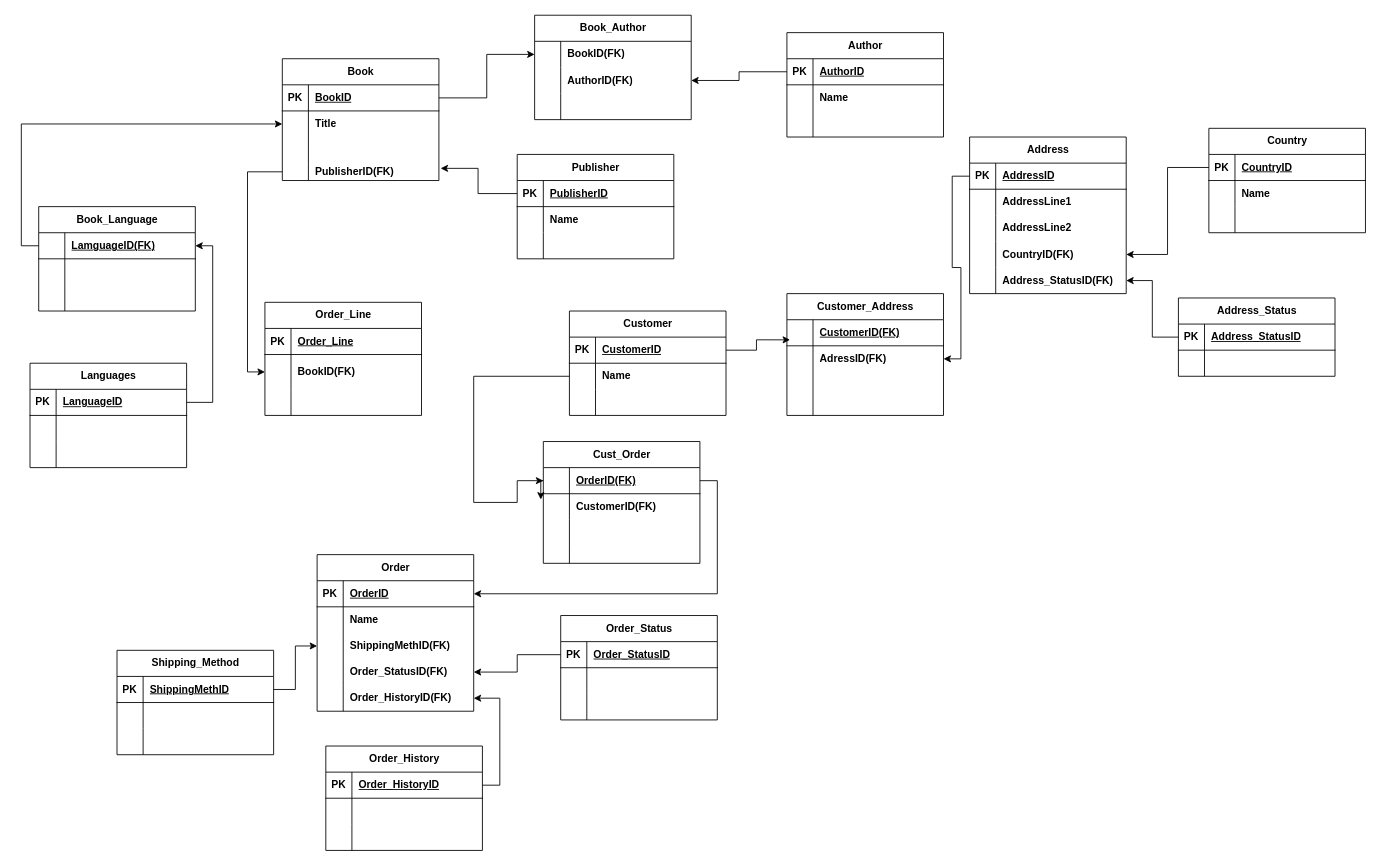
Before: database.drawio in manobantu/group-assignment, a draw.io diagram. Source tidied: cells renumbered, new cells numbered last; positions are measured from the earlier drawing's top-left corner, leaving out a move shared by most shapes. Both pictures are drawn from the tidied source at 87%, with x=0, y=0 at pixel (30, 15).
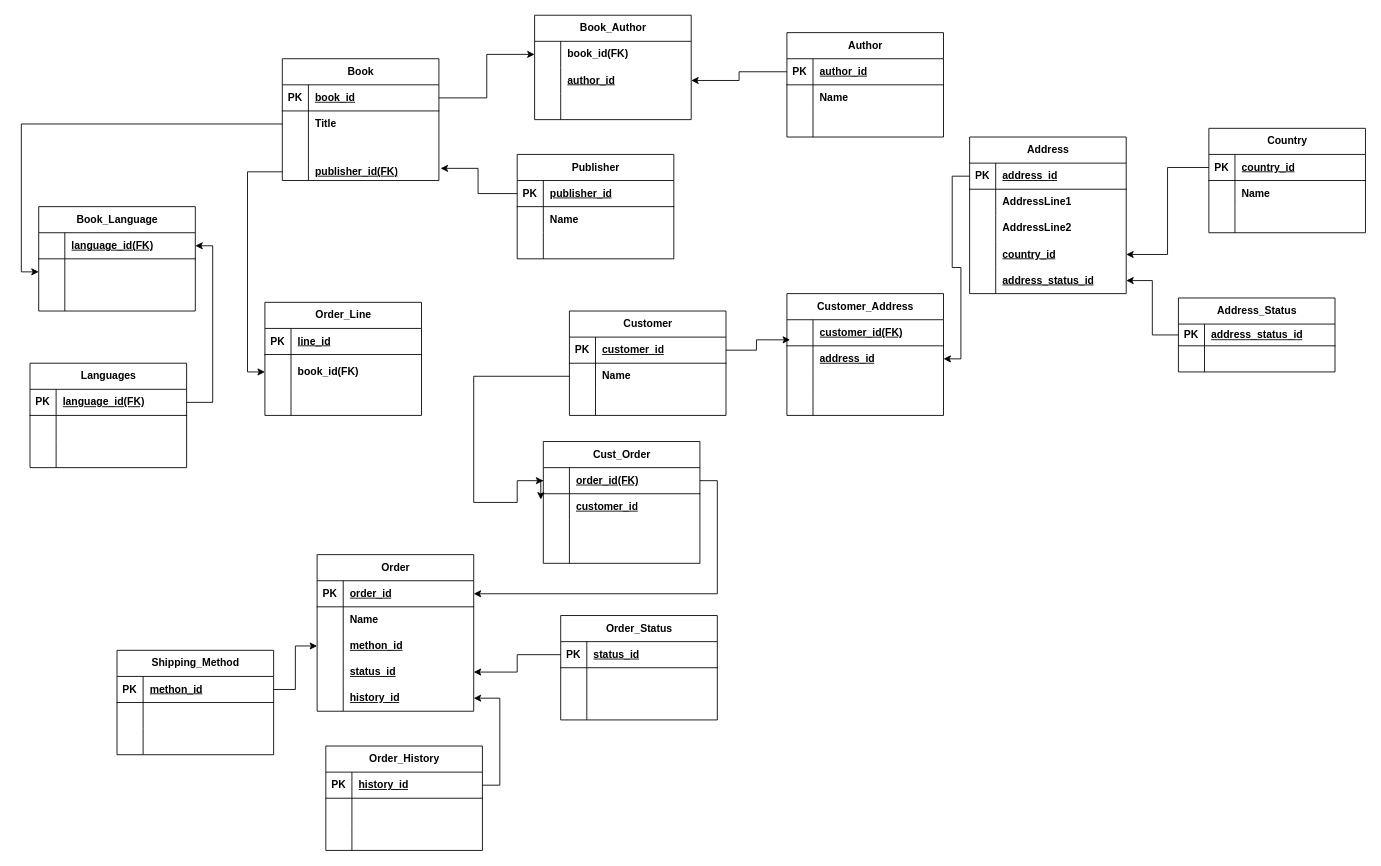
After the change.

The change refers to these unchanged cells:
```xml
<mxCell id="3" style="shape=tableRow;horizontal=0;startSize=0;swimlaneHead=0;swimlaneBody=0;fillColor=none;points=[[0,0.5],[1,0.5]];portConstraint=eastwest;top=0;left=0;right=0;bottom=1;" parent="2" vertex="1">
<mxCell id="6" style="shape=tableRow;horizontal=0;startSize=0;swimlaneHead=0;swimlaneBody=0;fillColor=none;points=[[0,0.5],[1,0.5]];portConstraint=eastwest;top=0;left=0;right=0;bottom=0;" parent="2" vertex="1">
<mxCell id="12" style="shape=tableRow;horizontal=0;startSize=0;swimlaneHead=0;swimlaneBody=0;fillColor=none;points=[[0,0.5],[1,0.5]];portConstraint=eastwest;top=0;left=0;right=0;bottom=0;" parent="2" vertex="1">
<mxCell id="16" style="shape=tableRow;horizontal=0;startSize=0;swimlaneHead=0;swimlaneBody=0;fillColor=none;points=[[0,0.5],[1,0.5]];portConstraint=eastwest;top=0;left=0;right=0;bottom=0;" parent="15" vertex="1">
<mxCell id="19" style="shape=tableRow;horizontal=0;startSize=0;swimlaneHead=0;swimlaneBody=0;fillColor=none;points=[[0,0.5],[1,0.5]];portConstraint=eastwest;top=0;left=0;right=0;bottom=0;" parent="15" vertex="1">
<mxCell id="26" style="shape=tableRow;horizontal=0;startSize=0;swimlaneHead=0;swimlaneBody=0;fillColor=none;points=[[0,0.5],[1,0.5]];portConstraint=eastwest;top=0;left=0;right=0;bottom=1;" parent="25" vertex="1">
<mxCell id="38" style="shape=tableRow;horizontal=0;startSize=0;swimlaneHead=0;swimlaneBody=0;fillColor=none;points=[[0,0.5],[1,0.5]];portConstraint=eastwest;top=0;left=0;right=0;bottom=1;" parent="37" vertex="1">
<mxCell id="49" style="shape=tableRow;horizontal=0;startSize=0;swimlaneHead=0;swimlaneBody=0;fillColor=none;points=[[0,0.5],[1,0.5]];portConstraint=eastwest;top=0;left=0;right=0;bottom=1;" parent="48" vertex="1">
<mxCell id="52" style="shape=tableRow;horizontal=0;startSize=0;swimlaneHead=0;swimlaneBody=0;fillColor=none;points=[[0,0.5],[1,0.5]];portConstraint=eastwest;top=0;left=0;right=0;bottom=0;" parent="48" vertex="1">
<mxCell id="59" style="shape=tableRow;horizontal=0;startSize=0;swimlaneHead=0;swimlaneBody=0;fillColor=none;points=[[0,0.5],[1,0.5]];portConstraint=eastwest;top=0;left=0;right=0;bottom=1;" parent="58" vertex="1">
<mxCell id="71" style="shape=tableRow;horizontal=0;startSize=0;swimlaneHead=0;swimlaneBody=0;fillColor=none;points=[[0,0.5],[1,0.5]];portConstraint=eastwest;top=0;left=0;right=0;bottom=1;" parent="70" vertex="1">
<mxCell id="81" style="shape=tableRow;horizontal=0;startSize=0;swimlaneHead=0;swimlaneBody=0;fillColor=none;points=[[0,0.5],[1,0.5]];portConstraint=eastwest;top=0;left=0;right=0;bottom=1;" parent="80" vertex="1">
<mxCell id="84" style="shape=tableRow;horizontal=0;startSize=0;swimlaneHead=0;swimlaneBody=0;fillColor=none;points=[[0,0.5],[1,0.5]];portConstraint=eastwest;top=0;left=0;right=0;bottom=0;" parent="80" vertex="1">
<mxCell id="96" style="shape=tableRow;horizontal=0;startSize=0;swimlaneHead=0;swimlaneBody=0;fillColor=none;points=[[0,0.5],[1,0.5]];portConstraint=eastwest;top=0;left=0;right=0;bottom=1;" parent="95" vertex="1">
<mxCell id="102" style="shape=tableRow;horizontal=0;startSize=0;swimlaneHead=0;swimlaneBody=0;fillColor=none;points=[[0,0.5],[1,0.5]];portConstraint=eastwest;top=0;left=0;right=0;bottom=0;" parent="95" vertex="1">
<mxCell id="105" style="shape=tableRow;horizontal=0;startSize=0;swimlaneHead=0;swimlaneBody=0;fillColor=none;points=[[0,0.5],[1,0.5]];portConstraint=eastwest;top=0;left=0;right=0;bottom=0;" parent="95" vertex="1">
<mxCell id="108" style="shape=tableRow;horizontal=0;startSize=0;swimlaneHead=0;swimlaneBody=0;fillColor=none;points=[[0,0.5],[1,0.5]];portConstraint=eastwest;top=0;left=0;right=0;bottom=0;" parent="95" vertex="1">
<mxCell id="113" style="shape=tableRow;horizontal=0;startSize=0;swimlaneHead=0;swimlaneBody=0;fillColor=none;points=[[0,0.5],[1,0.5]];portConstraint=eastwest;top=0;left=0;right=0;bottom=1;" parent="112" vertex="1">
<mxCell id="116" style="shape=tableRow;horizontal=0;startSize=0;swimlaneHead=0;swimlaneBody=0;fillColor=none;points=[[0,0.5],[1,0.5]];portConstraint=eastwest;top=0;left=0;right=0;bottom=0;" parent="112" vertex="1">
<mxCell id="127" style="shape=tableRow;horizontal=0;startSize=0;swimlaneHead=0;swimlaneBody=0;fillColor=none;points=[[0,0.5],[1,0.5]];portConstraint=eastwest;top=0;left=0;right=0;bottom=1;" parent="126" vertex="1">
<mxCell id="136" style="shape=tableRow;horizontal=0;startSize=0;swimlaneHead=0;swimlaneBody=0;fillColor=none;points=[[0,0.5],[1,0.5]];portConstraint=eastwest;top=0;left=0;right=0;bottom=0;" parent="126" vertex="1">
<mxCell id="139" style="shape=tableRow;horizontal=0;startSize=0;swimlaneHead=0;swimlaneBody=0;fillColor=none;points=[[0,0.5],[1,0.5]];portConstraint=eastwest;top=0;left=0;right=0;bottom=0;" parent="126" vertex="1">
<mxCell id="143" style="shape=tableRow;horizontal=0;startSize=0;swimlaneHead=0;swimlaneBody=0;fillColor=none;points=[[0,0.5],[1,0.5]];portConstraint=eastwest;top=0;left=0;right=0;bottom=1;" parent="142" vertex="1">
<mxCell id="154" style="shape=tableRow;horizontal=0;startSize=0;swimlaneHead=0;swimlaneBody=0;fillColor=none;points=[[0,0.5],[1,0.5]];portConstraint=eastwest;top=0;left=0;right=0;bottom=1;" parent="153" vertex="1">
<mxCell id="164" style="shape=tableRow;horizontal=0;startSize=0;swimlaneHead=0;swimlaneBody=0;fillColor=none;top=0;left=0;right=0;bottom=1;" parent="163" vertex="1">
<mxCell id="167" style="shape=tableRow;horizontal=0;startSize=0;swimlaneHead=0;swimlaneBody=0;fillColor=none;points=[[0,0.5],[1,0.5]];portConstraint=eastwest;top=0;left=0;right=0;bottom=0;" parent="163" vertex="1">
<mxCell id="175" style="shape=tableRow;horizontal=0;startSize=0;swimlaneHead=0;swimlaneBody=0;fillColor=none;points=[[0,0.5],[1,0.5]];portConstraint=eastwest;top=0;left=0;right=0;bottom=1;" parent="174" vertex="1">
<mxCell id="186" style="shape=tableRow;horizontal=0;startSize=0;swimlaneHead=0;swimlaneBody=0;fillColor=none;points=[[0,0.5],[1,0.5]];portConstraint=eastwest;top=0;left=0;right=0;bottom=1;" parent="185" vertex="1">
```

What changed in the source:
```diff
@@
-    <mxCell id="5" value="BookID" style="shape=partialRectangle;fillColor=none;top=0;left=0;bottom=0;right=0;align=left;spacingLeft=6;fontStyle=5;overflow=hidden;whiteSpace=wrap;html=1;" parent="3" vertex="1">
+    <mxCell id="5" value="book_id" style="shape=partialRectangle;fillColor=none;top=0;left=0;bottom=0;right=0;align=left;spacingLeft=6;fontStyle=5;overflow=hidden;whiteSpace=wrap;html=1;" parent="3" vertex="1">
       <mxGeometry x="30" width="150" height="30" as="geometry" />
     </mxCell>
@@
-    <mxCell id="14" value="&lt;b&gt;PublisherID(FK)&lt;/b&gt;" style="shape=partialRectangle;fillColor=none;top=0;left=0;bottom=0;right=0;align=left;spacingLeft=6;overflow=hidden;whiteSpace=wrap;html=1;" parent="12" vertex="1">
+    <mxCell id="14" value="&lt;span style=&quot;font-weight: 700; text-decoration-line: underline;&quot;&gt;publisher_id(FK)&lt;/span&gt;" style="shape=partialRectangle;fillColor=none;top=0;left=0;bottom=0;right=0;align=left;spacingLeft=6;overflow=hidden;whiteSpace=wrap;html=1;" parent="12" vertex="1">
       <mxGeometry x="30" width="150" height="20" as="geometry" />
     </mxCell>
@@
-    <mxCell id="18" value="&lt;b&gt;BookID(FK)&lt;/b&gt;" style="shape=partialRectangle;fillColor=none;top=0;left=0;bottom=0;right=0;align=left;spacingLeft=6;overflow=hidden;whiteSpace=wrap;html=1;" parent="16" vertex="1">
+    <mxCell id="18" value="&lt;b&gt;book_id(FK)&lt;/b&gt;" style="shape=partialRectangle;fillColor=none;top=0;left=0;bottom=0;right=0;align=left;spacingLeft=6;overflow=hidden;whiteSpace=wrap;html=1;" parent="16" vertex="1">
       <mxGeometry x="30" width="150" height="30" as="geometry" />
     </mxCell>
@@
-    <mxCell id="21" value="&lt;b&gt;AuthorID(FK)&lt;/b&gt;" style="shape=partialRectangle;fillColor=none;top=0;left=0;bottom=0;right=0;align=left;spacingLeft=6;overflow=hidden;whiteSpace=wrap;html=1;" parent="19" vertex="1">
+    <mxCell id="21" value="&lt;span style=&quot;font-weight: 700; text-decoration-line: underline;&quot;&gt;author_id&lt;/span&gt;" style="shape=partialRectangle;fillColor=none;top=0;left=0;bottom=0;right=0;align=left;spacingLeft=6;overflow=hidden;whiteSpace=wrap;html=1;" parent="19" vertex="1">
       <mxGeometry x="30" width="150" height="30" as="geometry" />
     </mxCell>
@@
-    <mxCell id="28" value="AuthorID" style="shape=partialRectangle;fillColor=none;top=0;left=0;bottom=0;right=0;align=left;spacingLeft=6;fontStyle=5;overflow=hidden;whiteSpace=wrap;html=1;" parent="26" vertex="1">
+    <mxCell id="28" value="author_id" style="shape=partialRectangle;fillColor=none;top=0;left=0;bottom=0;right=0;align=left;spacingLeft=6;fontStyle=5;overflow=hidden;whiteSpace=wrap;html=1;" parent="26" vertex="1">
       <mxGeometry x="30" width="150" height="30" as="geometry" />
     </mxCell>
@@
-    <mxCell id="40" value="PublisherID" style="shape=partialRectangle;fillColor=none;top=0;left=0;bottom=0;right=0;align=left;spacingLeft=6;fontStyle=5;overflow=hidden;whiteSpace=wrap;html=1;" parent="38" vertex="1">
+    <mxCell id="40" value="publisher_id" style="shape=partialRectangle;fillColor=none;top=0;left=0;bottom=0;right=0;align=left;spacingLeft=6;fontStyle=5;overflow=hidden;whiteSpace=wrap;html=1;" parent="38" vertex="1">
       <mxGeometry x="30" width="150" height="30" as="geometry" />
     </mxCell>
@@
-    <mxCell id="51" value="LamguageID(FK)" style="shape=partialRectangle;fillColor=none;top=0;left=0;bottom=0;right=0;align=left;spacingLeft=6;fontStyle=5;overflow=hidden;whiteSpace=wrap;html=1;" parent="49" vertex="1">
+    <mxCell id="51" value="language_id(FK)" style="shape=partialRectangle;fillColor=none;top=0;left=0;bottom=0;right=0;align=left;spacingLeft=6;fontStyle=5;overflow=hidden;whiteSpace=wrap;html=1;" parent="49" vertex="1">
       <mxGeometry x="30" width="150" height="30" as="geometry" />
     </mxCell>
@@
-    <mxCell id="61" value="LanguageID" style="shape=partialRectangle;fillColor=none;top=0;left=0;bottom=0;right=0;align=left;spacingLeft=6;fontStyle=5;overflow=hidden;whiteSpace=wrap;html=1;" parent="59" vertex="1">
+    <mxCell id="61" value="language_id(FK)" style="shape=partialRectangle;fillColor=none;top=0;left=0;bottom=0;right=0;align=left;spacingLeft=6;fontStyle=5;overflow=hidden;whiteSpace=wrap;html=1;" parent="59" vertex="1">
       <mxGeometry x="30" width="150" height="30" as="geometry" />
     </mxCell>
@@
-    <mxCell id="68" style="edgeStyle=orthogonalEdgeStyle;rounded=0;jettySize=auto;html=1;exitX=0;exitY=0.5;exitDx=0;exitDy=0;entryX=0;entryY=0.5;entryDx=0;entryDy=0;" parent="1" edge="1" source="49" target="6">
-      <mxGeometry relative="1" as="geometry" />
-    </mxCell>
@@
-    <mxCell id="73" value="CustomerID" style="shape=partialRectangle;fillColor=none;top=0;left=0;bottom=0;right=0;align=left;spacingLeft=6;fontStyle=5;overflow=hidden;whiteSpace=wrap;html=1;" parent="71" vertex="1">
+    <mxCell id="73" value="customer_id" style="shape=partialRectangle;fillColor=none;top=0;left=0;bottom=0;right=0;align=left;spacingLeft=6;fontStyle=5;overflow=hidden;whiteSpace=wrap;html=1;" parent="71" vertex="1">
       <mxGeometry x="30" width="150" height="30" as="geometry" />
     </mxCell>
@@
-    <mxCell id="83" value="OrderID(FK)" style="shape=partialRectangle;fillColor=none;top=0;left=0;bottom=0;right=0;align=left;spacingLeft=6;fontStyle=5;overflow=hidden;whiteSpace=wrap;html=1;" parent="81" vertex="1">
+    <mxCell id="83" value="order_id(FK)" style="shape=partialRectangle;fillColor=none;top=0;left=0;bottom=0;right=0;align=left;spacingLeft=6;fontStyle=5;overflow=hidden;whiteSpace=wrap;html=1;" parent="81" vertex="1">
       <mxGeometry x="30" width="150" height="30" as="geometry" />
     </mxCell>
@@
-    <mxCell id="86" value="&lt;b&gt;CustomerID(FK)&lt;/b&gt;" style="shape=partialRectangle;fillColor=none;top=0;left=0;bottom=0;right=0;align=left;spacingLeft=6;overflow=hidden;whiteSpace=wrap;html=1;" parent="84" vertex="1">
+    <mxCell id="86" value="&lt;span style=&quot;font-weight: 700; text-decoration-line: underline;&quot;&gt;customer_id&lt;/span&gt;" style="shape=partialRectangle;fillColor=none;top=0;left=0;bottom=0;right=0;align=left;spacingLeft=6;overflow=hidden;whiteSpace=wrap;html=1;" parent="84" vertex="1">
       <mxGeometry x="30" width="150" height="30" as="geometry" />
     </mxCell>
@@
-    <mxCell id="98" value="OrderID" style="shape=partialRectangle;fillColor=none;top=0;left=0;bottom=0;right=0;align=left;spacingLeft=6;fontStyle=5;overflow=hidden;whiteSpace=wrap;html=1;" parent="96" vertex="1">
+    <mxCell id="98" value="order_id" style="shape=partialRectangle;fillColor=none;top=0;left=0;bottom=0;right=0;align=left;spacingLeft=6;fontStyle=5;overflow=hidden;whiteSpace=wrap;html=1;" parent="96" vertex="1">
       <mxGeometry x="30" width="150" height="30" as="geometry" />
     </mxCell>
@@
-    <mxCell id="104" value="&lt;b&gt;ShippingMethID(FK)&lt;/b&gt;" style="shape=partialRectangle;fillColor=none;top=0;left=0;bottom=0;right=0;align=left;spacingLeft=6;overflow=hidden;whiteSpace=wrap;html=1;" parent="102" vertex="1">
+    <mxCell id="104" value="&lt;span style=&quot;font-weight: 700; text-decoration-line: underline;&quot;&gt;methon_id&lt;/span&gt;" style="shape=partialRectangle;fillColor=none;top=0;left=0;bottom=0;right=0;align=left;spacingLeft=6;overflow=hidden;whiteSpace=wrap;html=1;" parent="102" vertex="1">
       <mxGeometry x="30" width="150" height="30" as="geometry" />
     </mxCell>
@@
-    <mxCell id="107" value="&lt;b&gt;Order_StatusID(FK)&lt;/b&gt;" style="shape=partialRectangle;fillColor=none;top=0;left=0;bottom=0;right=0;align=left;spacingLeft=6;overflow=hidden;whiteSpace=wrap;html=1;" parent="105" vertex="1">
+    <mxCell id="107" value="&lt;span style=&quot;font-weight: 700; text-decoration-line: underline;&quot;&gt;status_id&lt;/span&gt;" style="shape=partialRectangle;fillColor=none;top=0;left=0;bottom=0;right=0;align=left;spacingLeft=6;overflow=hidden;whiteSpace=wrap;html=1;" parent="105" vertex="1">
       <mxGeometry x="30" width="150" height="30" as="geometry" />
     </mxCell>
@@
-    <mxCell id="110" value="&lt;b&gt;Order_HistoryID(FK)&lt;/b&gt;" style="shape=partialRectangle;fillColor=none;top=0;left=0;bottom=0;right=0;align=left;spacingLeft=6;overflow=hidden;whiteSpace=wrap;html=1;" parent="108" vertex="1">
+    <mxCell id="110" value="&lt;span style=&quot;font-weight: 700; text-decoration-line: underline;&quot;&gt;history_id&lt;/span&gt;" style="shape=partialRectangle;fillColor=none;top=0;left=0;bottom=0;right=0;align=left;spacingLeft=6;overflow=hidden;whiteSpace=wrap;html=1;" parent="108" vertex="1">
       <mxGeometry x="30" width="150" height="30" as="geometry" />
     </mxCell>
@@
-    <mxCell id="115" value="CustomerID(FK)" style="shape=partialRectangle;fillColor=none;top=0;left=0;bottom=0;right=0;align=left;spacingLeft=6;fontStyle=5;overflow=hidden;whiteSpace=wrap;html=1;" parent="113" vertex="1">
+    <mxCell id="115" value="customer_id(FK)" style="shape=partialRectangle;fillColor=none;top=0;left=0;bottom=0;right=0;align=left;spacingLeft=6;fontStyle=5;overflow=hidden;whiteSpace=wrap;html=1;" parent="113" vertex="1">
       <mxGeometry x="30" width="150" height="30" as="geometry" />
     </mxCell>
@@
-    <mxCell id="118" value="&lt;b&gt;AdressID(FK)&lt;/b&gt;" style="shape=partialRectangle;fillColor=none;top=0;left=0;bottom=0;right=0;align=left;spacingLeft=6;overflow=hidden;whiteSpace=wrap;html=1;" parent="116" vertex="1">
+    <mxCell id="118" value="&lt;span style=&quot;font-weight: 700; text-decoration-line: underline;&quot;&gt;address_id&lt;/span&gt;" style="shape=partialRectangle;fillColor=none;top=0;left=0;bottom=0;right=0;align=left;spacingLeft=6;overflow=hidden;whiteSpace=wrap;html=1;" parent="116" vertex="1">
       <mxGeometry x="30" width="150" height="30" as="geometry" />
     </mxCell>
@@
-    <mxCell id="129" value="AddressID" style="shape=partialRectangle;fillColor=none;top=0;left=0;bottom=0;right=0;align=left;spacingLeft=6;fontStyle=5;overflow=hidden;whiteSpace=wrap;html=1;" parent="127" vertex="1">
+    <mxCell id="129" value="address_id" style="shape=partialRectangle;fillColor=none;top=0;left=0;bottom=0;right=0;align=left;spacingLeft=6;fontStyle=5;overflow=hidden;whiteSpace=wrap;html=1;" parent="127" vertex="1">
       <mxGeometry x="30" width="150" height="30" as="geometry" />
     </mxCell>
@@
-    <mxCell id="138" value="&lt;b&gt;CountryID(FK)&lt;/b&gt;" style="shape=partialRectangle;fillColor=none;top=0;left=0;bottom=0;right=0;align=left;spacingLeft=6;overflow=hidden;whiteSpace=wrap;html=1;" parent="136" vertex="1">
+    <mxCell id="138" value="&lt;span style=&quot;font-weight: 700; text-decoration-line: underline;&quot;&gt;country_id&lt;/span&gt;" style="shape=partialRectangle;fillColor=none;top=0;left=0;bottom=0;right=0;align=left;spacingLeft=6;overflow=hidden;whiteSpace=wrap;html=1;" parent="136" vertex="1">
       <mxGeometry x="30" width="150" height="30" as="geometry" />
     </mxCell>
@@
-    <mxCell id="141" value="&lt;b&gt;Address_StatusID(FK)&lt;/b&gt;" style="shape=partialRectangle;fillColor=none;top=0;left=0;bottom=0;right=0;align=left;spacingLeft=6;overflow=hidden;whiteSpace=wrap;html=1;" parent="139" vertex="1">
+    <mxCell id="141" value="&lt;span style=&quot;font-weight: 700; text-decoration-line: underline;&quot;&gt;address_status_id&lt;/span&gt;" style="shape=partialRectangle;fillColor=none;top=0;left=0;bottom=0;right=0;align=left;spacingLeft=6;overflow=hidden;whiteSpace=wrap;html=1;" parent="139" vertex="1">
       <mxGeometry x="30" width="150" height="30" as="geometry" />
     </mxCell>
@@
-    <mxCell id="145" value="Order_StatusID" style="shape=partialRectangle;fillColor=none;top=0;left=0;bottom=0;right=0;align=left;spacingLeft=6;fontStyle=5;overflow=hidden;whiteSpace=wrap;html=1;" parent="143" vertex="1">
+    <mxCell id="145" value="status_id" style="shape=partialRectangle;fillColor=none;top=0;left=0;bottom=0;right=0;align=left;spacingLeft=6;fontStyle=5;overflow=hidden;whiteSpace=wrap;html=1;" parent="143" vertex="1">
       <mxGeometry x="30" width="150" height="30" as="geometry" />
     </mxCell>
@@
-    <mxCell id="156" value="Order_HistoryID" style="shape=partialRectangle;fillColor=none;top=0;left=0;bottom=0;right=0;align=left;spacingLeft=6;fontStyle=5;overflow=hidden;whiteSpace=wrap;html=1;" parent="154" vertex="1">
+    <mxCell id="156" value="history_id" style="shape=partialRectangle;fillColor=none;top=0;left=0;bottom=0;right=0;align=left;spacingLeft=6;fontStyle=5;overflow=hidden;whiteSpace=wrap;html=1;" parent="154" vertex="1">
       <mxGeometry x="30" width="150" height="30" as="geometry" />
     </mxCell>
@@
-    <mxCell id="166" value="Order_Line" style="shape=partialRectangle;fillColor=none;top=0;left=0;bottom=0;right=0;align=left;spacingLeft=6;fontStyle=5;overflow=hidden;whiteSpace=wrap;html=1;" parent="164" vertex="1">
+    <mxCell id="166" value="line_id" style="shape=partialRectangle;fillColor=none;top=0;left=0;bottom=0;right=0;align=left;spacingLeft=6;fontStyle=5;overflow=hidden;whiteSpace=wrap;html=1;" parent="164" vertex="1">
       <mxGeometry x="30" width="150" height="30" as="geometry" />
     </mxCell>
@@
-    <mxCell id="169" value="&lt;b&gt;BookID(FK)&lt;/b&gt;" style="shape=partialRectangle;fillColor=none;top=0;left=0;bottom=0;right=0;align=left;spacingLeft=6;overflow=hidden;whiteSpace=wrap;html=1;" parent="167" vertex="1">
+    <mxCell id="169" value="&lt;b&gt;book_id(FK)&lt;/b&gt;" style="shape=partialRectangle;fillColor=none;top=0;left=0;bottom=0;right=0;align=left;spacingLeft=6;overflow=hidden;whiteSpace=wrap;html=1;" parent="167" vertex="1">
       <mxGeometry x="30" width="150" height="40" as="geometry" />
     </mxCell>
@@
-    <mxCell id="177" value="CountryID" style="shape=partialRectangle;fillColor=none;top=0;left=0;bottom=0;right=0;align=left;spacingLeft=6;fontStyle=5;overflow=hidden;whiteSpace=wrap;html=1;" parent="175" vertex="1">
+    <mxCell id="177" value="country_id" style="shape=partialRectangle;fillColor=none;top=0;left=0;bottom=0;right=0;align=left;spacingLeft=6;fontStyle=5;overflow=hidden;whiteSpace=wrap;html=1;" parent="175" vertex="1">
       <mxGeometry x="30" width="150" height="30" as="geometry" />
     </mxCell>
@@
-    <mxCell id="188" value="ShippingMethID" style="shape=partialRectangle;fillColor=none;top=0;left=0;bottom=0;right=0;align=left;spacingLeft=6;fontStyle=5;overflow=hidden;whiteSpace=wrap;html=1;" parent="186" vertex="1">
+    <mxCell id="188" value="methon_id" style="shape=partialRectangle;fillColor=none;top=0;left=0;bottom=0;right=0;align=left;spacingLeft=6;fontStyle=5;overflow=hidden;whiteSpace=wrap;html=1;" parent="186" vertex="1">
       <mxGeometry x="30" width="150" height="30" as="geometry" />
     </mxCell>
@@
     <mxCell id="198" value="Address_Status" style="shape=table;startSize=30;childLayout=tableLayout;rowLines=0;fontStyle=1;align=center;html=1;" parent="1" vertex="1">
-      <mxGeometry x="1320" y="325" width="180" height="90" as="geometry" />
+      <mxGeometry x="1320" y="325" width="180" height="85" as="geometry" />
     </mxCell>
     <mxCell id="199" style="shape=tableRow;horizontal=0;startSize=0;swimlaneHead=0;swimlaneBody=0;fillColor=none;points=[[0,0.5],[1,0.5]];portConstraint=eastwest;top=0;left=0;right=0;bottom=1;" parent="198" vertex="1">
-      <mxGeometry y="30" width="180" height="30" as="geometry" />
+      <mxGeometry y="30" width="180" height="25" as="geometry" />
     </mxCell>
     <mxCell id="200" value="PK" style="shape=partialRectangle;fillColor=none;top=0;left=0;bottom=0;right=0;fontStyle=1;overflow=hidden;whiteSpace=wrap;html=1;" parent="199" vertex="1">
-      <mxGeometry width="30" height="30" as="geometry" />
+      <mxGeometry width="30" height="25" as="geometry" />
     </mxCell>
-    <mxCell id="201" value="Address_StatusID" style="shape=partialRectangle;fillColor=none;top=0;left=0;bottom=0;right=0;align=left;spacingLeft=6;fontStyle=5;overflow=hidden;whiteSpace=wrap;html=1;" parent="199" vertex="1">
-      <mxGeometry x="30" width="150" height="30" as="geometry" />
+    <mxCell id="201" value="address_status_id" style="shape=partialRectangle;fillColor=none;top=0;left=0;bottom=0;right=0;align=left;spacingLeft=6;fontStyle=5;overflow=hidden;whiteSpace=wrap;html=1;" parent="199" vertex="1">
+      <mxGeometry x="30" width="150" height="25" as="geometry" />
     </mxCell>
     <mxCell id="202" style="shape=tableRow;horizontal=0;startSize=0;swimlaneHead=0;swimlaneBody=0;fillColor=none;top=0;left=0;right=0;bottom=0;" parent="198" vertex="1">
-      <mxGeometry y="60" width="180" height="30" as="geometry" />
+      <mxGeometry y="55" width="180" height="30" as="geometry" />
     </mxCell>
@@
+    <mxCell id="206" style="edgeStyle=orthogonalEdgeStyle;rounded=0;jettySize=auto;html=1;exitX=0;exitY=0.5;exitDx=0;exitDy=0;entryX=0;entryY=0.5;entryDx=0;entryDy=0;" parent="1" edge="1" source="6" target="52">
+      <mxGeometry relative="1" as="geometry" />
+    </mxCell>
```
